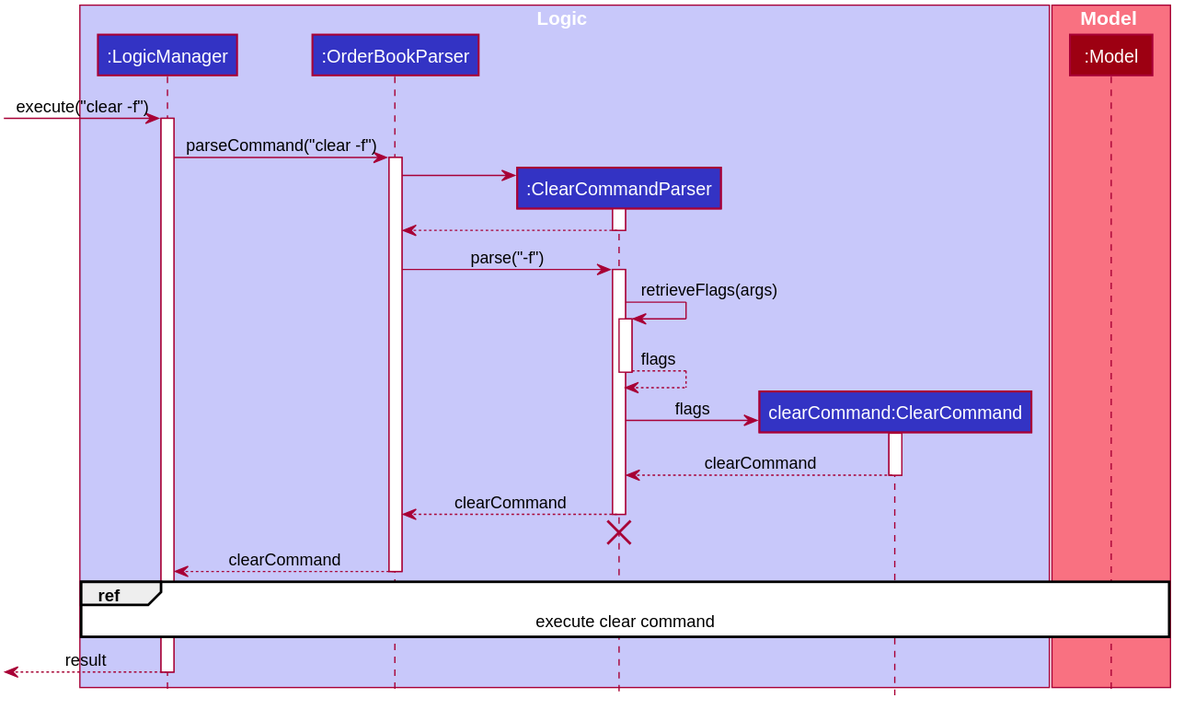
Before: docs/images/ClearCommandSequenceDiagram.svg, a diagram exported from PlantUML (nus-cs2103-AY1920S2/addressbook-level3).
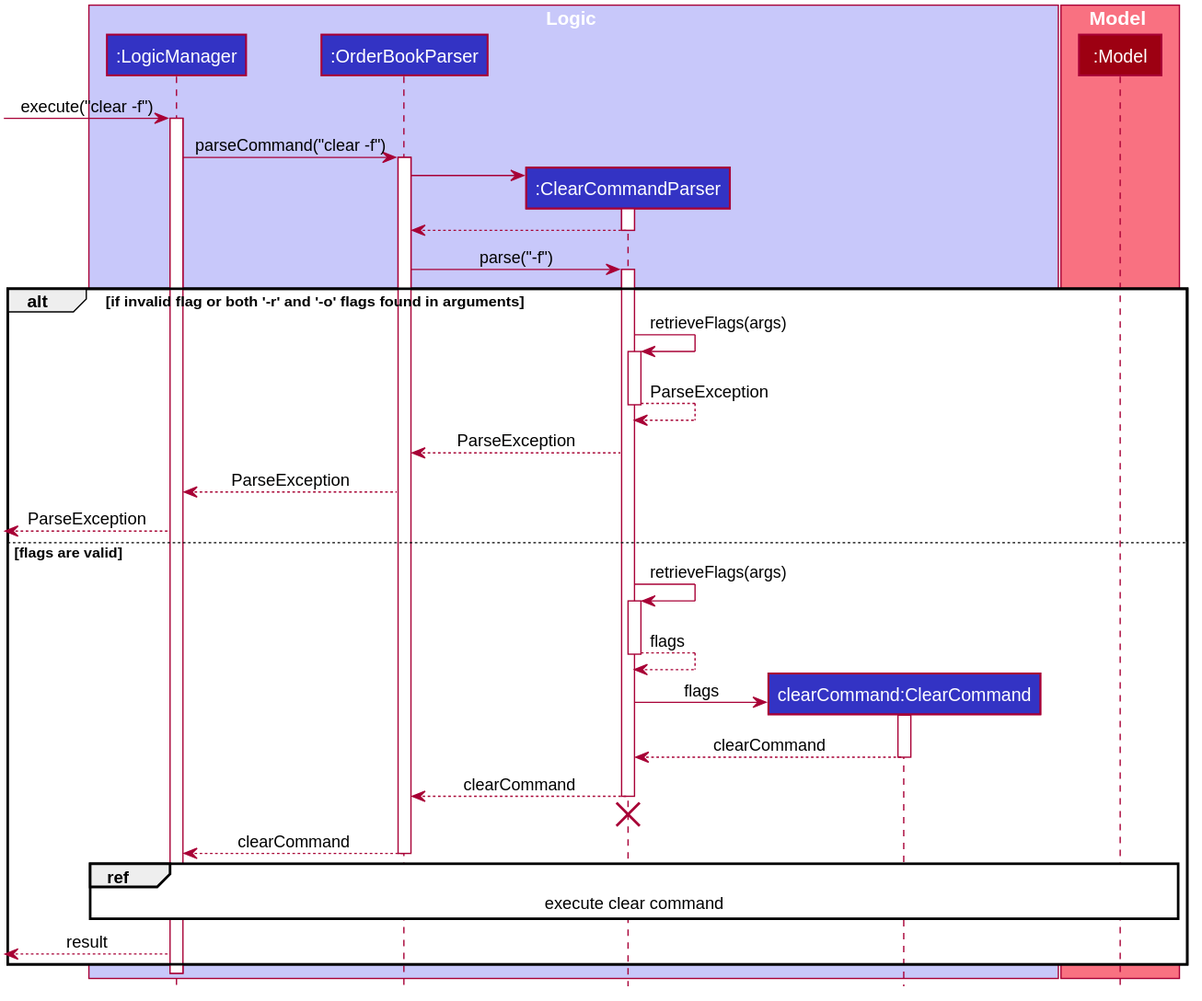
Above is the later version.

Commit message:
Update of UML diagram report for Eng Xuan En.

What changed in the source:
```diff
@@ -71,23 +71,31 @@
 
 OrderBookParser -> ClearCommandParser ++ : parse("-f")
 
-ClearCommandParser -> ClearCommandParser ++ : retrieveFlags(args)
-ClearCommandParser --> ClearCommandParser -- : flags
+alt if invalid flag or both '-r' and '-o' flags  found in arguments
+    ClearCommandParser -> ClearCommandParser ++ : retrieveFlags(args)
+    ClearCommandParser --> ClearCommandParser -- : ParseException
+    ClearCommandParser --> OrderBookParser : ParseException
+    OrderBookParser --> LogicManager : ParseException
+    [<-- LogicManager : ParseException
+else flags are valid
+    ClearCommandParser -> ClearCommandParser ++ : retrieveFlags(args)
 
-create ClearCommand
-ClearCommandParser -> ClearCommand ++ : flags
+    ClearCommandParser --> ClearCommandParser -- : flags
 
-ClearCommand --> ClearCommandParser -- : clearCommand
+    create ClearCommand
+    ClearCommandParser -> ClearCommand ++ : flags
 
-ClearCommandParser --> OrderBookParser -- : clearCommand
-ClearCommandParser -[hidden]-> OrderBookParser
-destroy ClearCommandParser
+    ClearCommand --> ClearCommandParser -- : clearCommand
 
-OrderBookParser --> LogicManager -- : clearCommand
+    ClearCommandParser --> OrderBookParser -- : clearCommand
+    ClearCommandParser -[hidden]-> OrderBookParser
+    destroy ClearCommandParser
 
-ref over LogicManager,  Model : execute clear command
+    OrderBookParser --> LogicManager -- : clearCommand
 
+    ref over LogicManager,  Model : execute clear command
 
 [<--LogicManager : result
+end
 deactivate LogicManager
 @enduml
```
